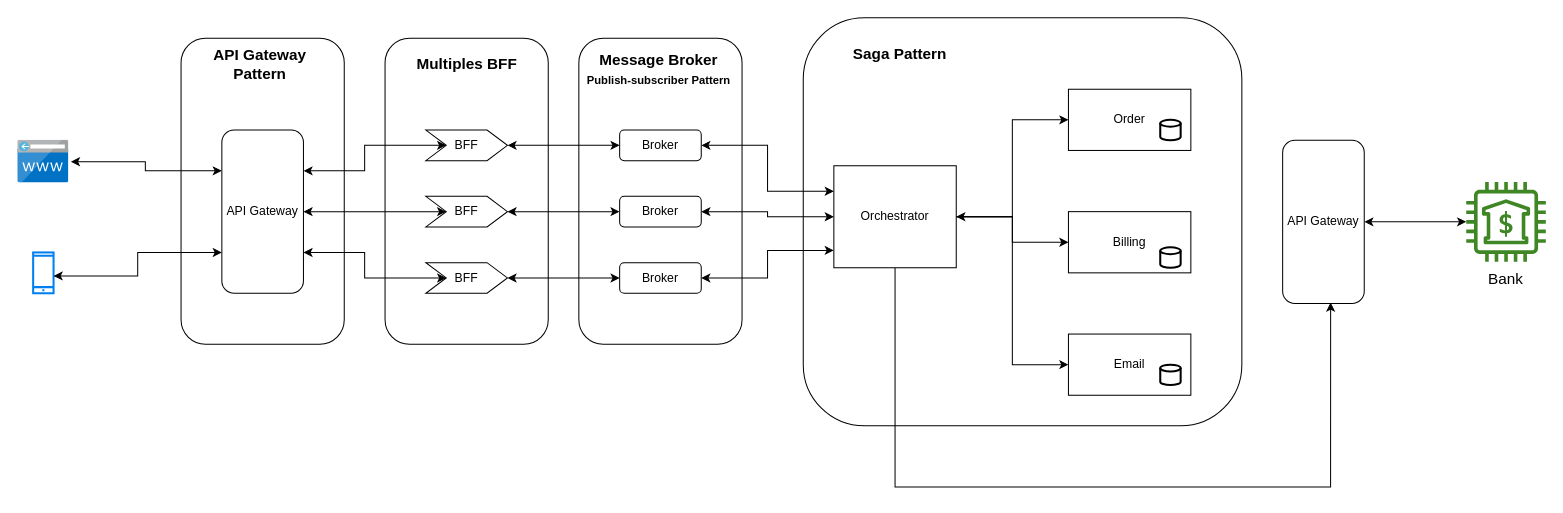
Before: Untitled Diagram.drawio in Rogpe-Prog/patterns, a draw.io diagram. Source tidied: cells renumbered, new cells numbered last; positions are measured from the earlier drawing's top-left corner, leaving out a move shared by most shapes. Both pictures are drawn from the tidied source at 102%, with x=0, y=0 at pixel (17, 17).
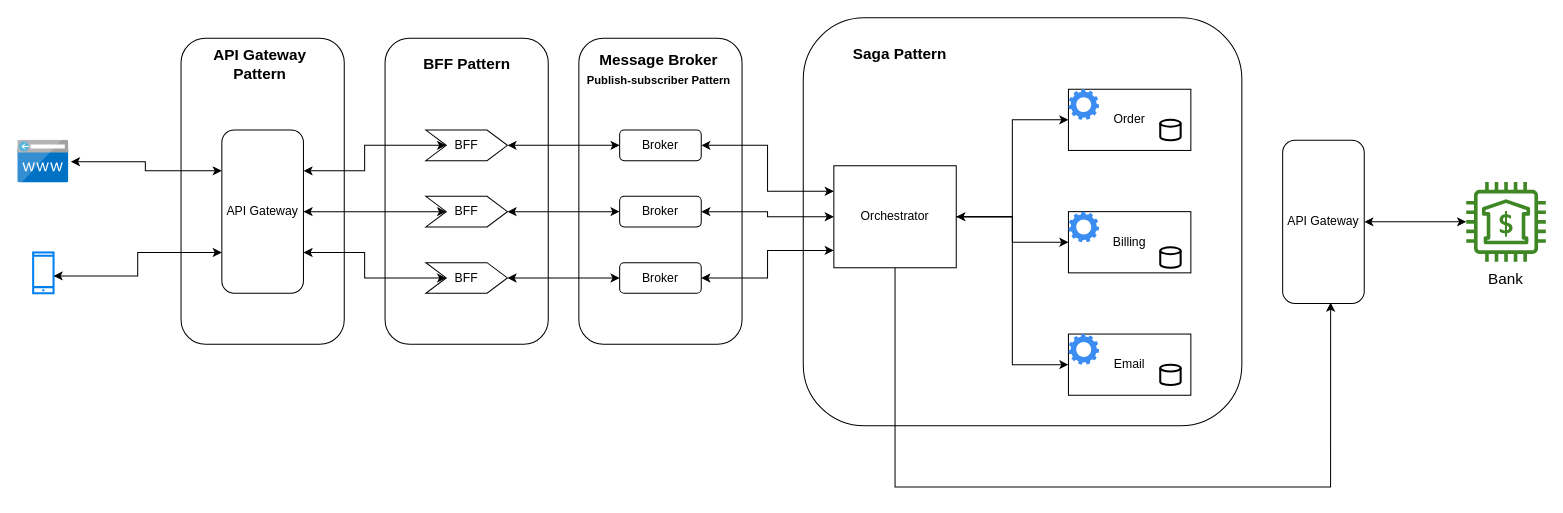
The same diagram, later.

Diff of the diagram source:
```diff
@@
-    <mxCell id="42" value="Multiples BFF" style="text;html=1;strokeColor=none;fillColor=none;align=center;verticalAlign=middle;whiteSpace=wrap;rounded=0;fontSize=15;fontStyle=1;" parent="1" vertex="1">
+    <mxCell id="42" value="BFF Pattern" style="text;html=1;strokeColor=none;fillColor=none;align=center;verticalAlign=middle;whiteSpace=wrap;rounded=0;fontSize=15;fontStyle=1;" parent="1" vertex="1">
       <mxGeometry x="377.5" y="30" width="125" height="30" as="geometry" />
     </mxCell>
@@
+    <mxCell id="45" style="sketch=0;html=1;strokeColor=none;shadow=0;align=center;verticalAlign=top;fillColor=#3B8DF1;shape=mxgraph.gcp2.gear;" parent="1" vertex="1">
+      <mxGeometry x="1030" y="70" width="30" height="30" as="geometry" />
+    </mxCell>
+    <mxCell id="46" style="sketch=0;html=1;strokeColor=none;shadow=0;align=center;verticalAlign=top;fillColor=#3B8DF1;shape=mxgraph.gcp2.gear;" parent="1" vertex="1">
+      <mxGeometry x="1030" y="190" width="30" height="30" as="geometry" />
+    </mxCell>
+    <mxCell id="47" style="sketch=0;html=1;strokeColor=none;shadow=0;align=center;verticalAlign=top;fillColor=#3B8DF1;shape=mxgraph.gcp2.gear;" parent="1" vertex="1">
+      <mxGeometry x="1030" y="310" width="30" height="30" as="geometry" />
+    </mxCell>
```
